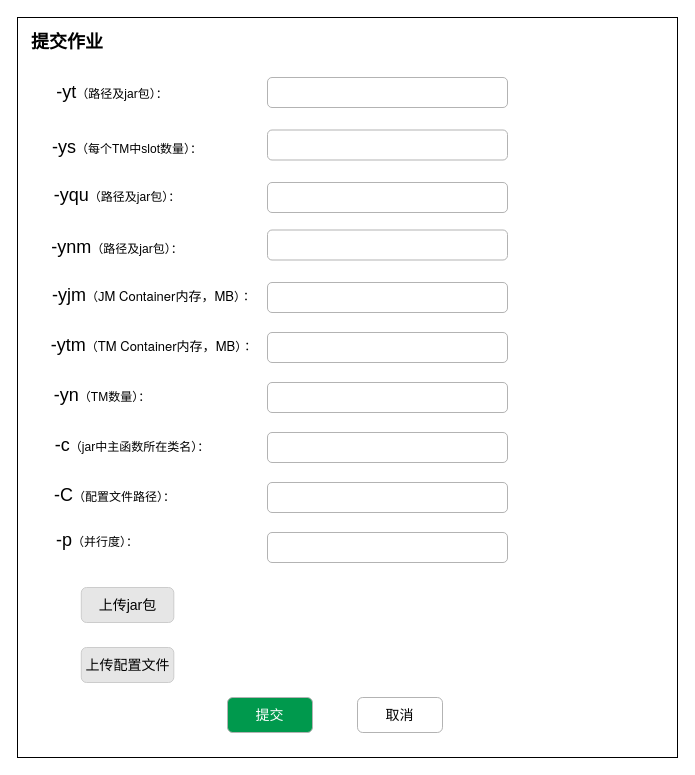
The draw.io diagram FlinkManageSubmit.drawio in Janxun/graph, before the edit. Source tidied: cells renumbered, new cells numbered last; positions are measured from the earlier drawing's top-left corner, leaving out a move shared by most shapes. Both pictures are drawn from the tidied source at 100%, with x=0, y=0 at pixel (17, 17).
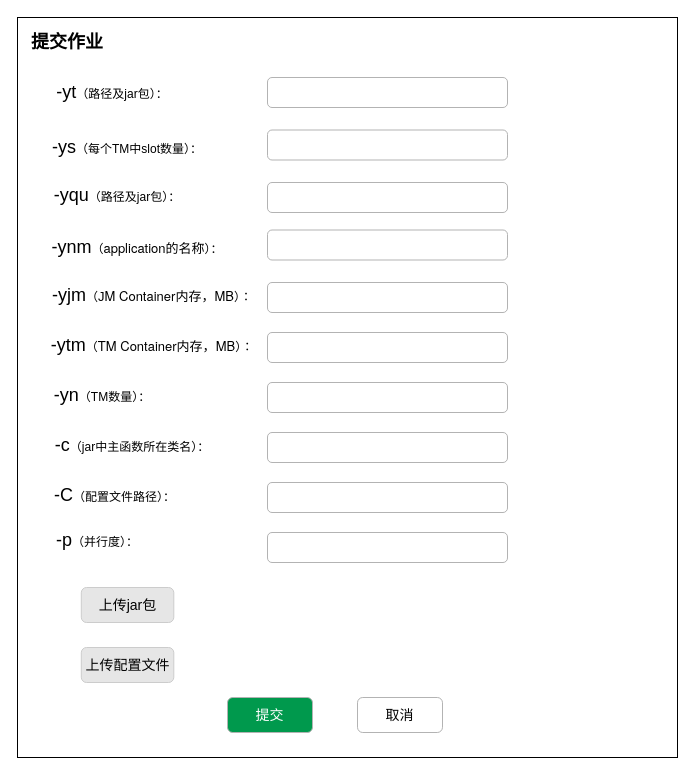
Above is the later version.

What changed in the source:
```diff
@@
-    <mxCell id="11" value="-ynm&lt;font style=&quot;font-size: 12px&quot;&gt;（路径及jar包）：&lt;/font&gt;" style="rounded=0;whiteSpace=wrap;html=1;fontSize=18;strokeColor=none;" parent="1" vertex="1">
-      <mxGeometry x="20" y="212.5" width="160" height="35" as="geometry" />
+    <mxCell id="11" value="-ynm&lt;font style=&quot;font-size: 12px&quot;&gt;（&lt;span style=&quot;font-family: &amp;#34;helvetica neue&amp;#34; ; font-size: 13px&quot;&gt;application&lt;/span&gt;&lt;span style=&quot;font-size: 13px ; font-stretch: normal ; line-height: normal ; font-family: &amp;#34;pingfang sc&amp;#34;&quot;&gt;的名称&lt;/span&gt;）：&lt;br&gt;&lt;/font&gt;" style="rounded=0;whiteSpace=wrap;html=1;fontSize=18;strokeColor=none;" parent="1" vertex="1">
+      <mxGeometry x="25" y="212.5" width="190" height="35" as="geometry" />
     </mxCell>
```
